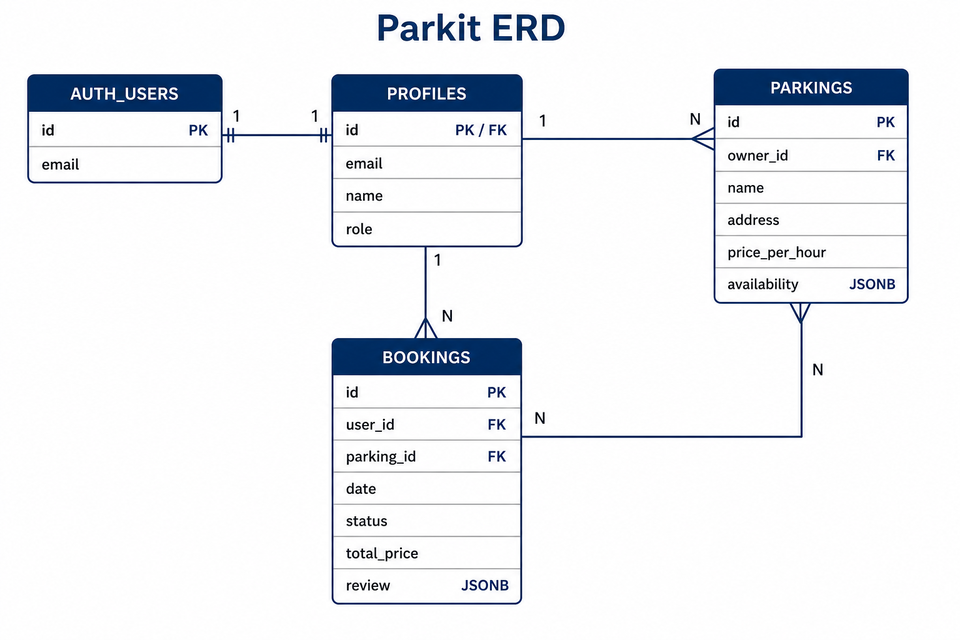
Before: docs/erd.png, a diagram exported from Mermaid (danielyifrah/parkit-ono). Its source is kept beside it as docs/erd.mmd.
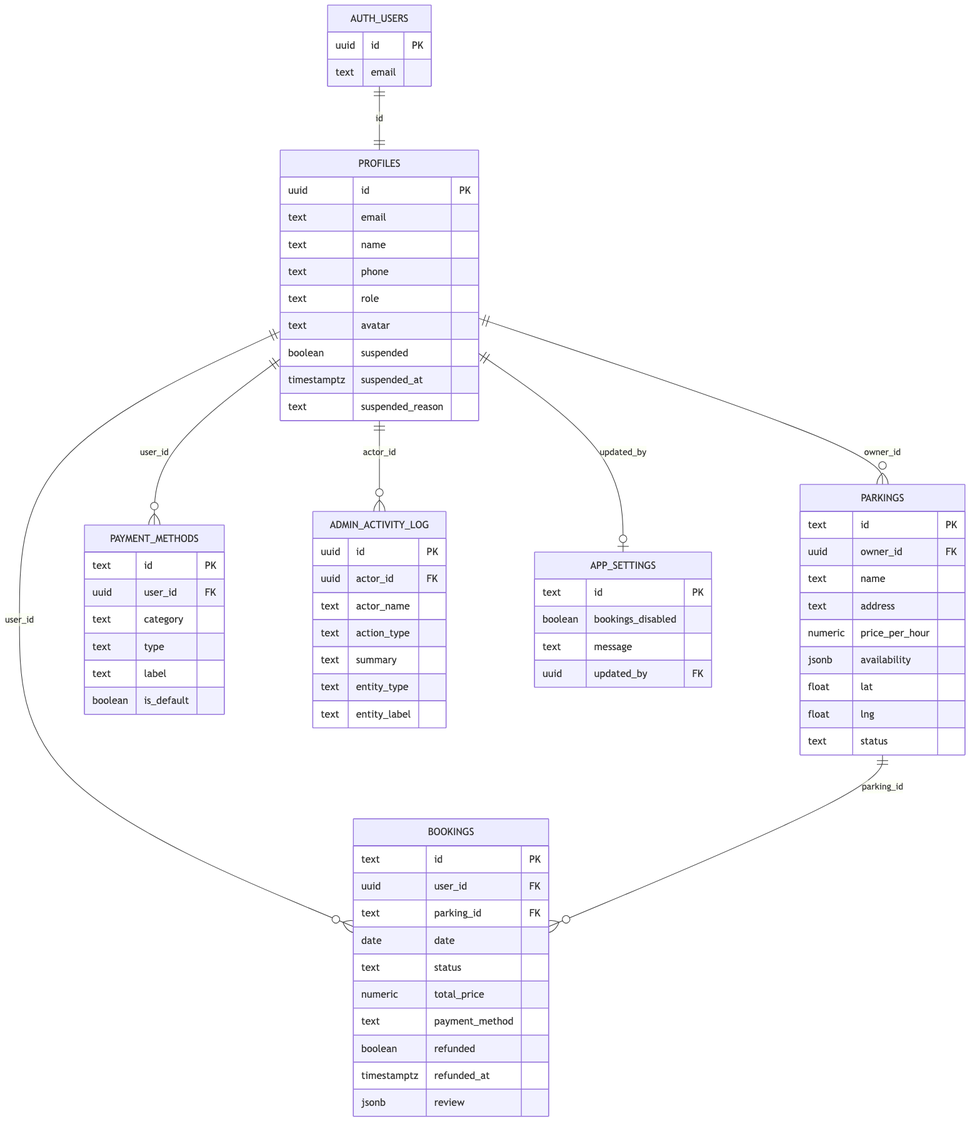
After the commit.

The edit, as a diff of the source:
```diff
@@ -2,6 +2,9 @@
     AUTH_USERS ||--|| PROFILES : "id"
     PROFILES ||--o{ PARKINGS : "owner_id"
     PROFILES ||--o{ BOOKINGS : "user_id"
+    PROFILES ||--o{ PAYMENT_METHODS : "user_id"
+    PROFILES ||--o{ ADMIN_ACTIVITY_LOG : "actor_id"
+    PROFILES ||--o| APP_SETTINGS : "updated_by"
     PARKINGS ||--o{ BOOKINGS : "parking_id"
 
     AUTH_USERS {
@@ -10,12 +13,15 @@
     }
 
     PROFILES {
-        uuid id PK_FK
-        text email UK
+        uuid id PK
+        text email
         text name
         text phone
         text role
         text avatar
+        boolean suspended
+        timestamptz suspended_at
+        text suspended_reason
     }
 
     PARKINGS {
@@ -37,5 +43,34 @@
         date date
         text status
         numeric total_price
+        text payment_method
+        boolean refunded
+        timestamptz refunded_at
         jsonb review
     }
+
+    PAYMENT_METHODS {
+        text id PK
+        uuid user_id FK
+        text category
+        text type
+        text label
+        boolean is_default
+    }
+
+    APP_SETTINGS {
+        text id PK
+        boolean bookings_disabled
+        text message
+        uuid updated_by FK
+    }
+
+    ADMIN_ACTIVITY_LOG {
+        uuid id PK
+        uuid actor_id FK
+        text actor_name
+        text action_type
+        text summary
+        text entity_type
+        text entity_label
+    }
```
